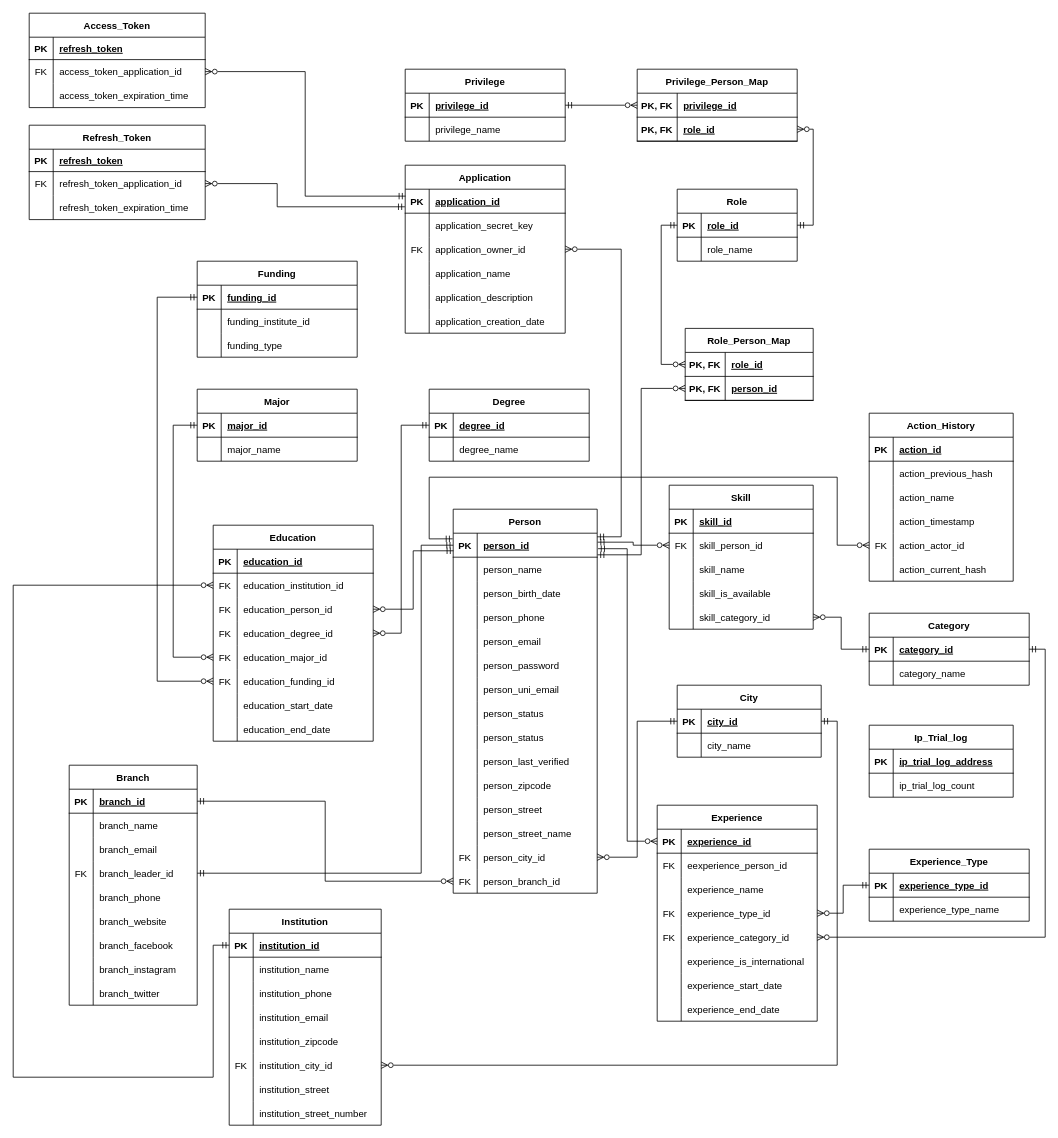
This is sql-init/Schema Sensus Database.drawio from ppijerman/ppij-identity-backend, a draw.io file, before an edit. Source tidied: cells renumbered, new cells numbered last; positions are measured from the earlier drawing's top-left corner, leaving out a move shared by most shapes. Both pictures are drawn from the tidied source at 80%, with x=0, y=0 at pixel (13, 13).
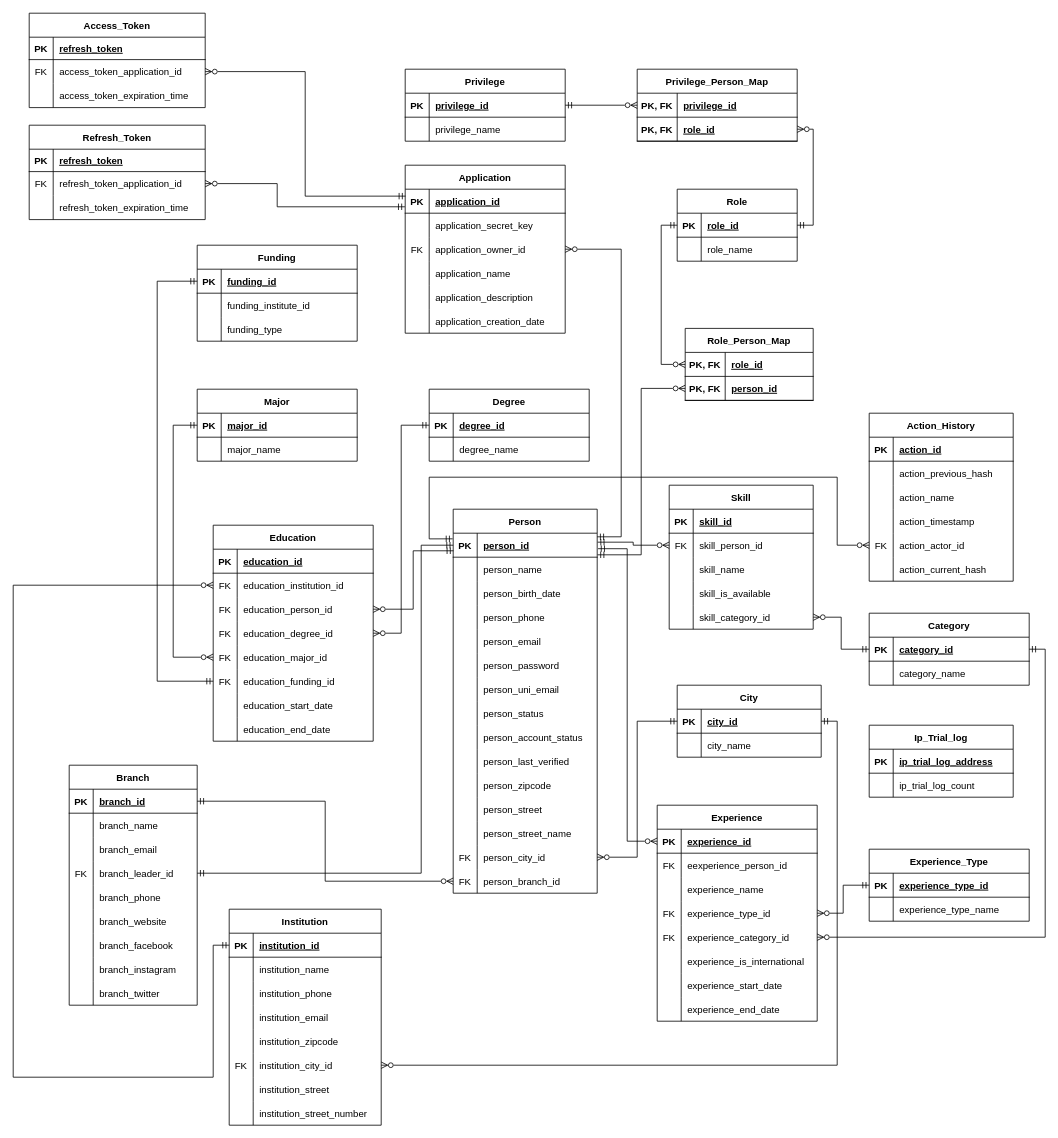
Above is the later version.

Commit message:
Changed attribute account status

The change refers to these unchanged cells:
```xml
<mxCell id="31" style="shape=tableRow;horizontal=0;startSize=0;swimlaneHead=0;swimlaneBody=0;fillColor=none;top=0;left=0;right=0;bottom=0;" parent="6" vertex="1">
  <mxGeometry y="270" width="180" height="30" as="geometry" />
</mxCell>
<mxCell id="131" style="shape=tableRow;horizontal=0;startSize=0;swimlaneHead=0;swimlaneBody=0;fillColor=none;points=[[0,0.5],[1,0.5]];portConstraint=eastwest;top=0;left=0;right=0;bottom=0;" parent="115" vertex="1">
  <mxGeometry y="180" width="200" height="30" as="geometry" />
</mxCell>
<mxCell id="224" style="shape=tableRow;horizontal=0;startSize=0;swimlaneHead=0;swimlaneBody=0;fillColor=none;points=[[0,0.5],[1,0.5]];portConstraint=eastwest;top=0;left=0;right=0;bottom=1;" parent="223" vertex="1">
  <mxGeometry y="30" width="200" height="30" as="geometry" />
</mxCell>
```

Change to the diagram source:
```diff
@@
-    <mxCell id="33" value="person_status" style="shape=partialRectangle;fillColor=none;top=0;left=0;bottom=0;right=0;align=left;spacingLeft=6;overflow=hidden;" parent="31" vertex="1">
+    <mxCell id="33" value="person_account_status" style="shape=partialRectangle;fillColor=none;top=0;left=0;bottom=0;right=0;align=left;spacingLeft=6;overflow=hidden;" parent="31" vertex="1">
       <mxGeometry x="30" width="150" height="30" as="geometry" />
     </mxCell>
@@
     <mxCell id="223" value="Funding" style="shape=table;startSize=30;childLayout=tableLayout;rowLines=0;fontStyle=1;align=center;" parent="1" vertex="1">
-      <mxGeometry x="230" y="310" width="200" height="120" as="geometry" />
+      <mxGeometry x="230" y="290" width="200" height="120" as="geometry" />
     </mxCell>
@@
-    <mxCell id="233" style="edgeStyle=orthogonalEdgeStyle;rounded=0;jettySize=auto;html=1;startArrow=ERmandOne;startFill=0;endArrow=ERzeroToMany;endFill=0;exitX=0;exitY=0.5;exitDx=0;exitDy=0;" parent="1" edge="1" source="224" target="131">
+    <mxCell id="233" style="edgeStyle=orthogonalEdgeStyle;rounded=0;jettySize=auto;html=1;startArrow=ERmandOne;startFill=0;endArrow=ERmandOne;endFill=0;exitX=0;exitY=0.5;exitDx=0;exitDy=0;" parent="1" edge="1" source="224" target="131">
       <mxGeometry relative="1" as="geometry">
         <Array as="points">
-          <mxPoint x="180" y="355" />
+          <mxPoint x="180" y="335" />
           <mxPoint x="180" y="835" />
         </Array>
       </mxGeometry>
     </mxCell>
```
